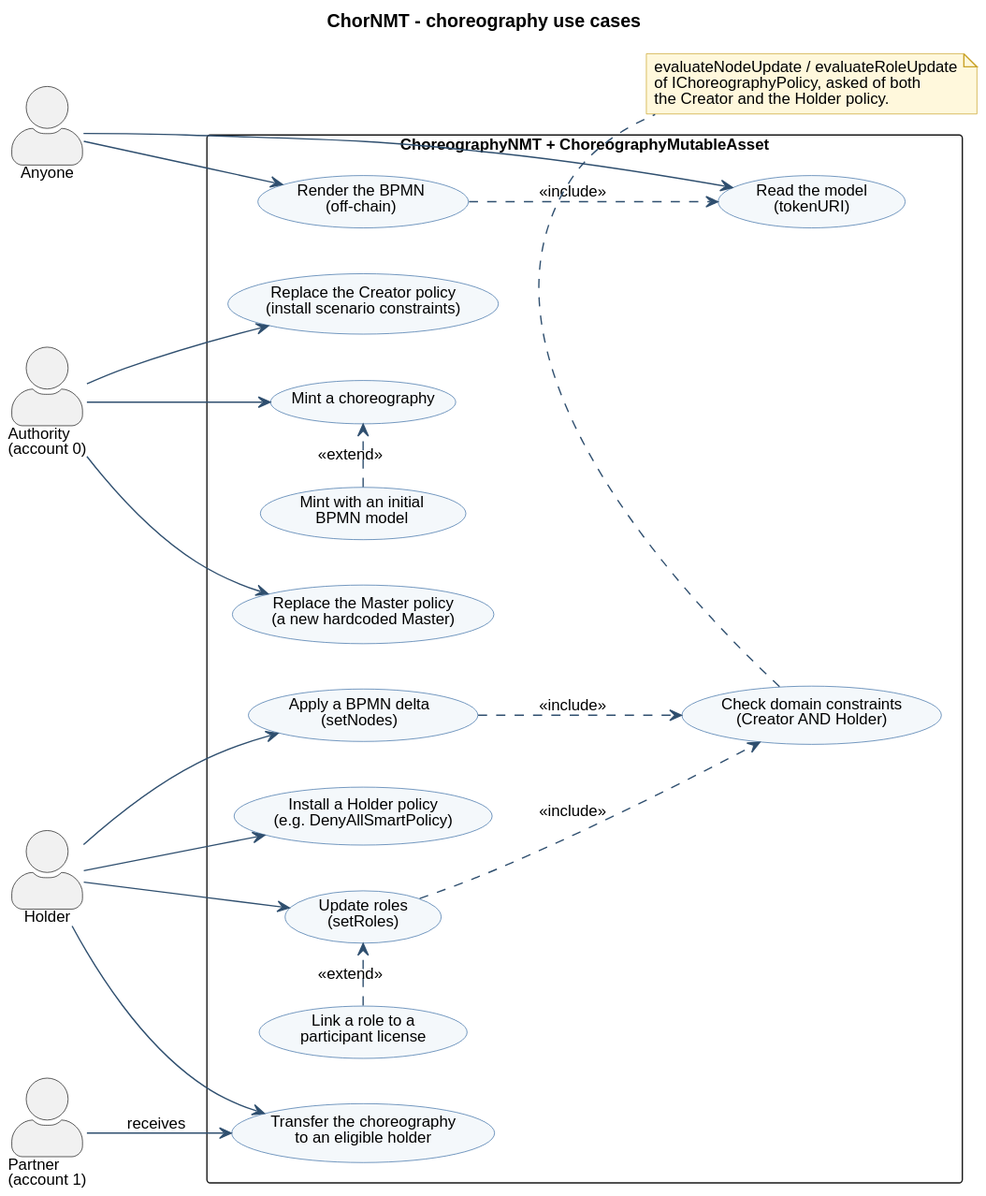
Earlier version of the PlantUML export docs/uml/use-case-choreography.svg (d0na/ChorNMT). The source it was exported from:
```plantuml
@startuml
!include style.iuml
title ChorNMT - choreography use cases
left to right direction

actor "Authority\n(account 0)" as Authority
actor "Holder" as Holder
actor "Partner\n(account 1)" as Partner
actor "Anyone" as Anyone

rectangle "ChoreographyNMT + ChoreographyMutableAsset" {
  usecase "Mint a choreography" as UC_Mint
  usecase "Mint with an initial\nBPMN model" as UC_MintModel
  usecase "Transfer the choreography\nto an eligible holder" as UC_Transfer
  usecase "Replace the Master policy\n(a new hardcoded Master)" as UC_Master
  usecase "Replace the Creator policy\n(install scenario constraints)" as UC_Creator
  usecase "Apply a BPMN delta\n(setNodes)" as UC_Nodes
  usecase "Update roles\n(setRoles)" as UC_Roles
  usecase "Link a role to a\nparticipant license" as UC_Link
  usecase "Check domain constraints\n(Creator AND Holder)" as UC_Domain
  usecase "Install a Holder policy\n(e.g. DenyAllSmartPolicy)" as UC_Holder
  usecase "Read the model\n(tokenURI)" as UC_Read
  usecase "Render the BPMN\n(off-chain)" as UC_Render
}

Authority --> UC_Mint
Authority --> UC_Master
Authority --> UC_Creator
UC_MintModel .> UC_Mint : <<extend>>

Holder --> UC_Nodes
Holder --> UC_Roles
Holder --> UC_Holder
Holder --> UC_Transfer
UC_Link .> UC_Roles : <<extend>>
UC_Nodes ..> UC_Domain : <<include>>
UC_Roles ..> UC_Domain : <<include>>

Partner --> UC_Transfer : receives

Anyone --> UC_Read
Anyone --> UC_Render
UC_Render ..> UC_Read : <<include>>

note bottom of UC_Domain
  evaluateNodeUpdate / evaluateRoleUpdate
  of IChoreographyPolicy, asked of both
  the Creator and the Holder policy.
end note
@enduml
```
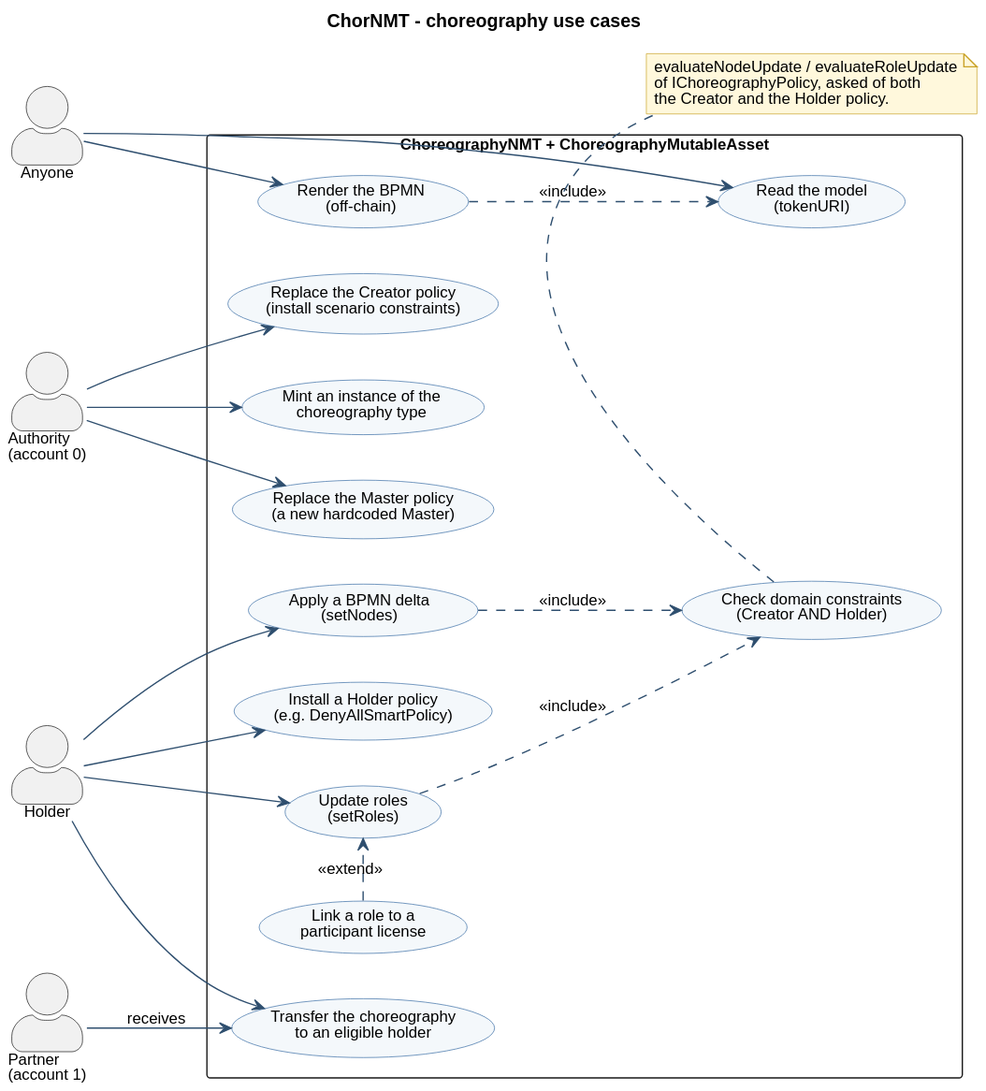
Later version of the same file.

The edit, as a diff of the source:
```diff
@@ -9,8 +9,7 @@
 actor "Anyone" as Anyone
 
 rectangle "ChoreographyNMT + ChoreographyMutableAsset" {
-  usecase "Mint a choreography" as UC_Mint
-  usecase "Mint with an initial\nBPMN model" as UC_MintModel
+  usecase "Mint an instance of the\nchoreography type" as UC_Mint
   usecase "Transfer the choreography\nto an eligible holder" as UC_Transfer
   usecase "Replace the Master policy\n(a new hardcoded Master)" as UC_Master
   usecase "Replace the Creator policy\n(install scenario constraints)" as UC_Creator
@@ -26,7 +25,6 @@
 Authority --> UC_Mint
 Authority --> UC_Master
 Authority --> UC_Creator
-UC_MintModel .> UC_Mint : <<extend>>
 
 Holder --> UC_Nodes
 Holder --> UC_Roles
```
